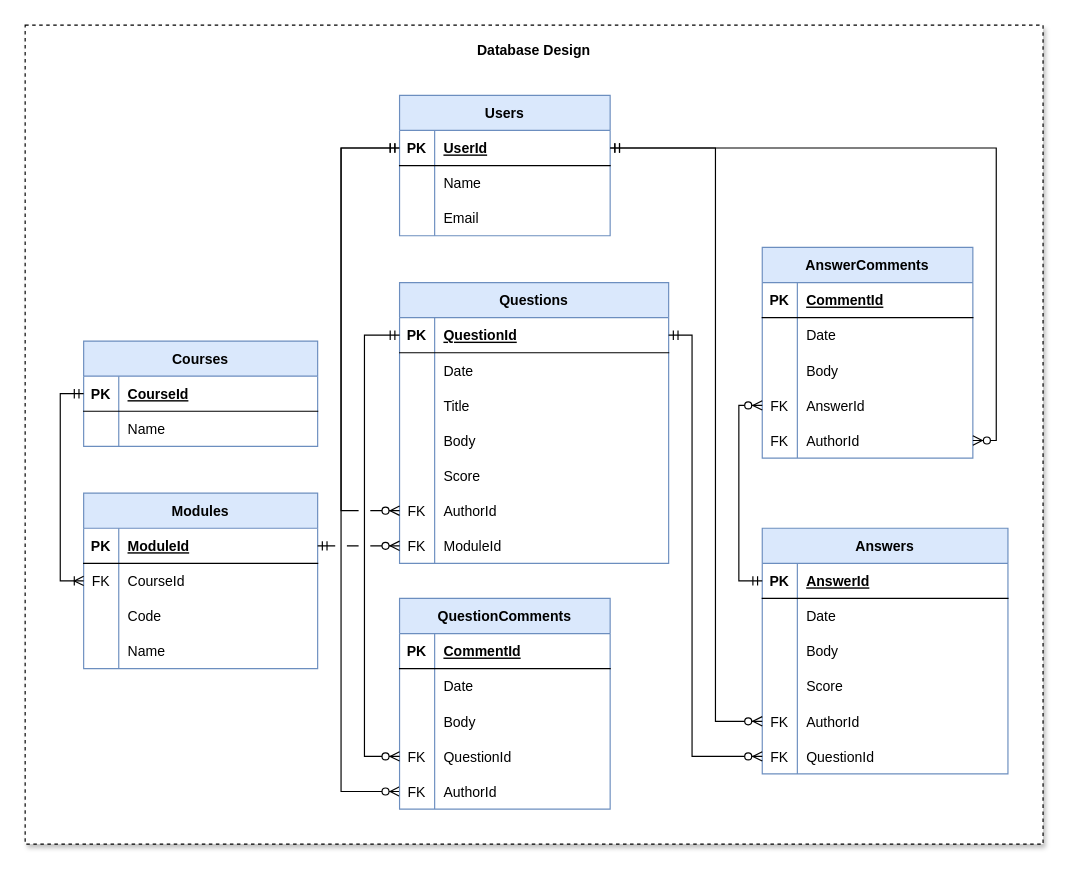
This is assets/diagrams/Database Design.drawio from gltch/wits-overflow, a draw.io file, before an edit. Source tidied: cells renumbered, new cells numbered last; positions are measured from the earlier drawing's top-left corner, leaving out a move shared by most shapes. Both pictures are drawn from the tidied source at 117%, with x=0, y=0 at pixel (25, 25).
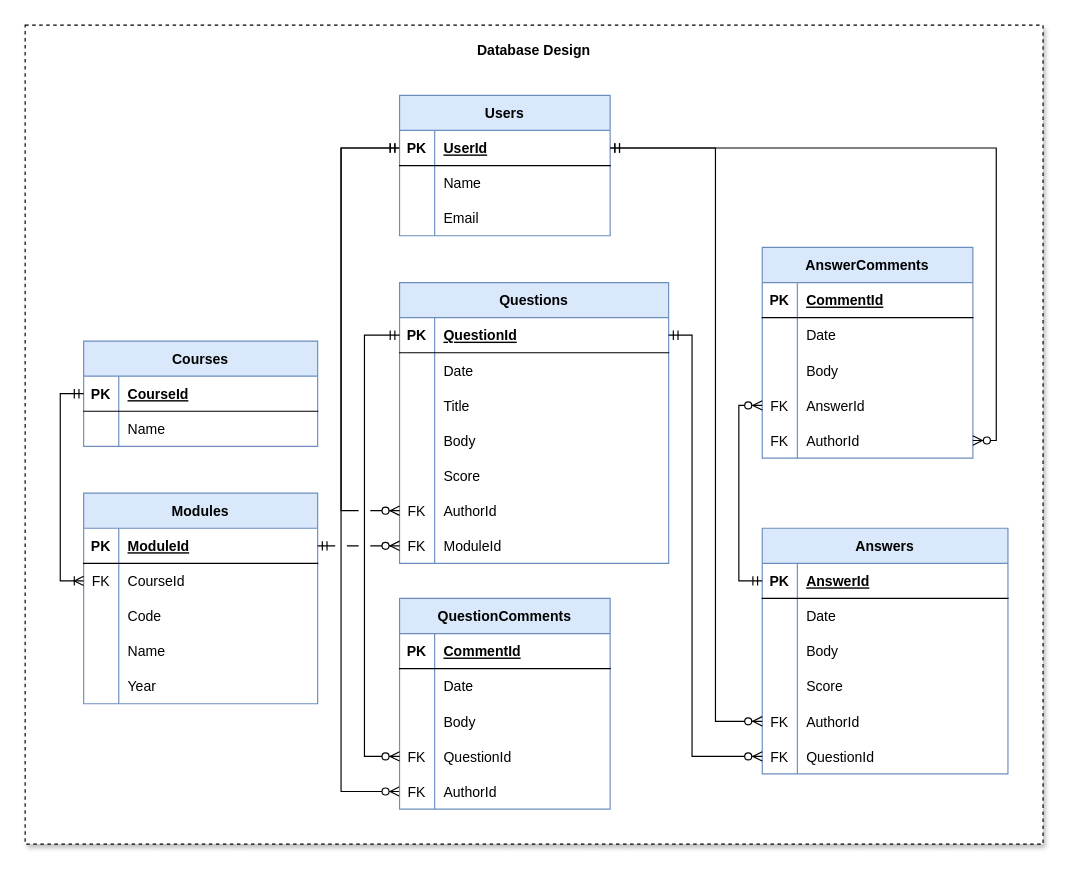
After the change.

Commit message:
Added year to Module

What changed in the source:
```diff
@@
     <mxCell id="61" value="Modules" style="shape=table;startSize=30;childLayout=tableLayout;rowLines=0;fontStyle=1;align=center;fillColor=#dae8fc;strokeColor=#6c8ebf;" parent="1" vertex="1">
-      <mxGeometry x="50" y="400" width="200" height="150" as="geometry" />
+      <mxGeometry x="50" y="400" width="200" height="180" as="geometry" />
     </mxCell>
@@
+    <mxCell id="115" style="shape=partialRectangle;fillColor=none;top=0;left=0;bottom=0;right=0;" parent="61" vertex="1">
+      <mxGeometry y="150" width="200" height="30" as="geometry" />
+    </mxCell>
+    <mxCell id="116" style="shape=partialRectangle;fillColor=none;top=0;left=0;bottom=0;right=0;overflow=hidden;" parent="115" vertex="1">
+      <mxGeometry width="30" height="30" as="geometry" />
+    </mxCell>
+    <mxCell id="117" value="Year" style="shape=partialRectangle;fillColor=none;top=0;left=0;bottom=0;right=0;align=left;spacingLeft=6;overflow=hidden;" parent="115" vertex="1">
+      <mxGeometry x="30" width="170" height="30" as="geometry" />
+    </mxCell>
```
